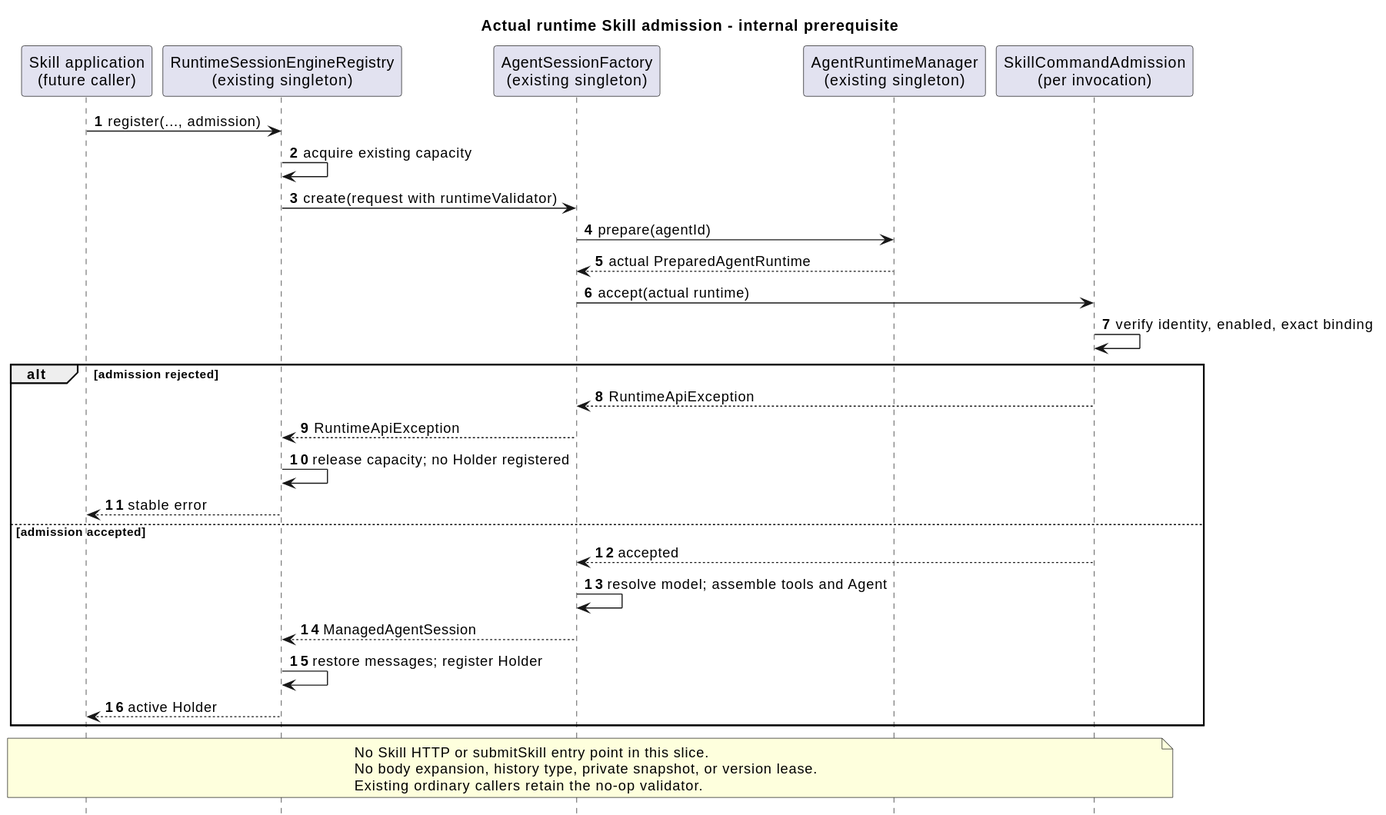
Above: docs/designs/skill-command-admission/skill_command_admission.svg in 2862282695gjh-afk/pi-mono-java (PlantUML), before the change.
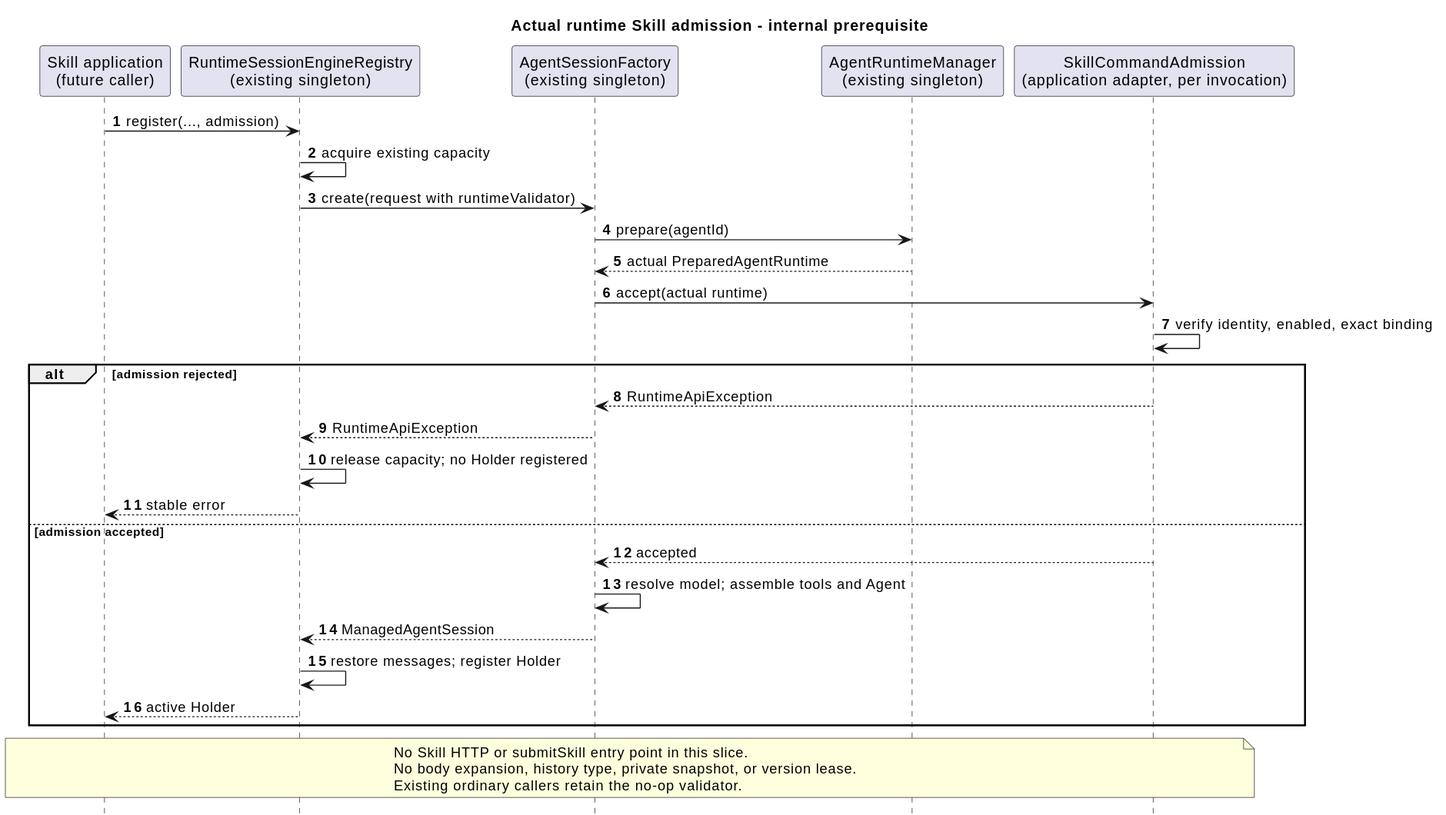
Above is the later version.

Commit message:
docs(command): 同步 Skill 准入应用分层证据

What changed in the source:
```diff
@@ -6,7 +6,7 @@
 participant "RuntimeSessionEngineRegistry\n(existing singleton)" as Registry
 participant "AgentSessionFactory\n(existing singleton)" as Factory
 participant "AgentRuntimeManager\n(existing singleton)" as Manager
-participant "SkillCommandAdmission\n(per invocation)" as Admission
+participant "SkillCommandAdmission\n(application adapter, per invocation)" as Admission
 Caller -> Registry : register(..., admission)
 Registry -> Registry : acquire existing capacity
 Registry -> Factory : create(request with runtimeValidator)
```
